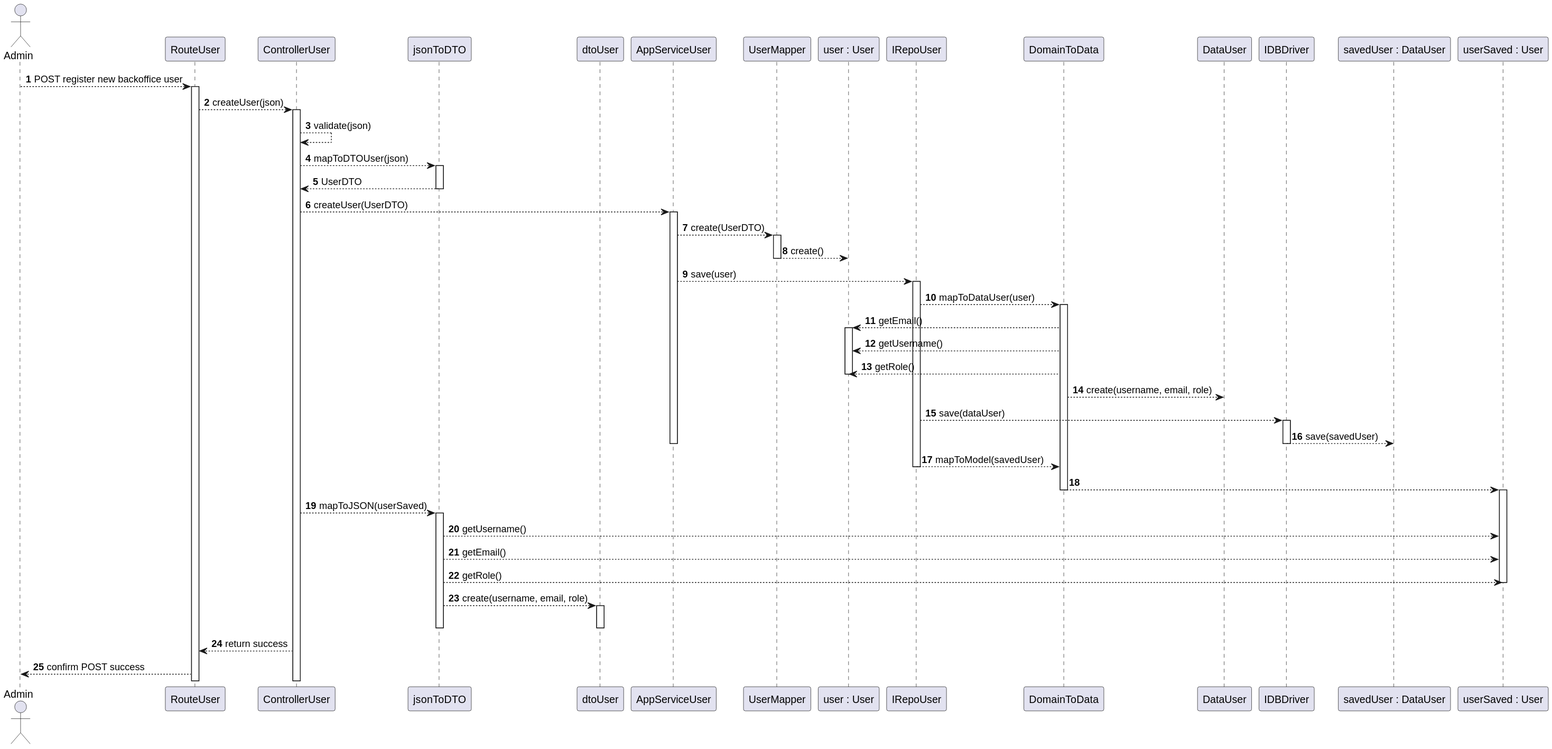
Above: docs/sprint1/Use Cases/US5.1.1/2.Process_Views/US5.1.1-Process_View_Level_3.svg in Departamento-de-Engenharia-Informatica/sem5pi-24-25-3NA_G74 (PlantUML), before the change. Source of this version:
```plantuml
@startuml

autonumber

actor "Admin" as adm

participant RouteUser as rt
participant ControllerUser as ct
participant jsonToDTO as jdto
participant dtoUser as dto
participant AppServiceUser as asu
participant UserMapper as ifu
participant "user : User" as u
participant IRepoUser as iru
participant DomainToData as dtd
participant DataUser as du
participant IDBDriver as dbd
participant "savedUser : DataUser" as sdu
participant "userSaved : User" as us

adm --> rt : POST register new backoffice user
activate rt
rt --> ct : createUser(json)
activate ct
ct --> ct : validate(json)
ct --> jdto : mapToDTOUser(json)
activate jdto
jdto --> ct : UserDTO

deactivate jdto
ct --> asu : createUser(UserDTO)
activate asu
asu --> ifu : create(UserDTO)
activate ifu
ifu --> u : create()
deactivate ifu
asu --> iru : save(user)
activate iru
iru --> dtd : mapToDataUser(user)
activate dtd
dtd --> u : getEmail()
activate u
dtd --> u : getUsername()
dtd --> u : getRole()
deactivate u
dtd --> du : create(username, email, role)
iru --> dbd : save(dataUser)
activate dbd
dbd --> sdu : save(savedUser)
deactivate dbd
deactivate asu
iru --> dtd : mapToModel(savedUser)
deactivate iru
dtd --> us
deactivate dtd
activate us
ct --> jdto : mapToJSON(userSaved)
activate jdto
jdto --> us : getUsername()
jdto --> us : getEmail()
jdto --> us : getRole()
deactivate us
jdto --> dto : create(username, email, role)
activate dto
deactivate jdto
deactivate dto
ct --> rt : return success
rt --> adm : confirm POST success
@enduml
```
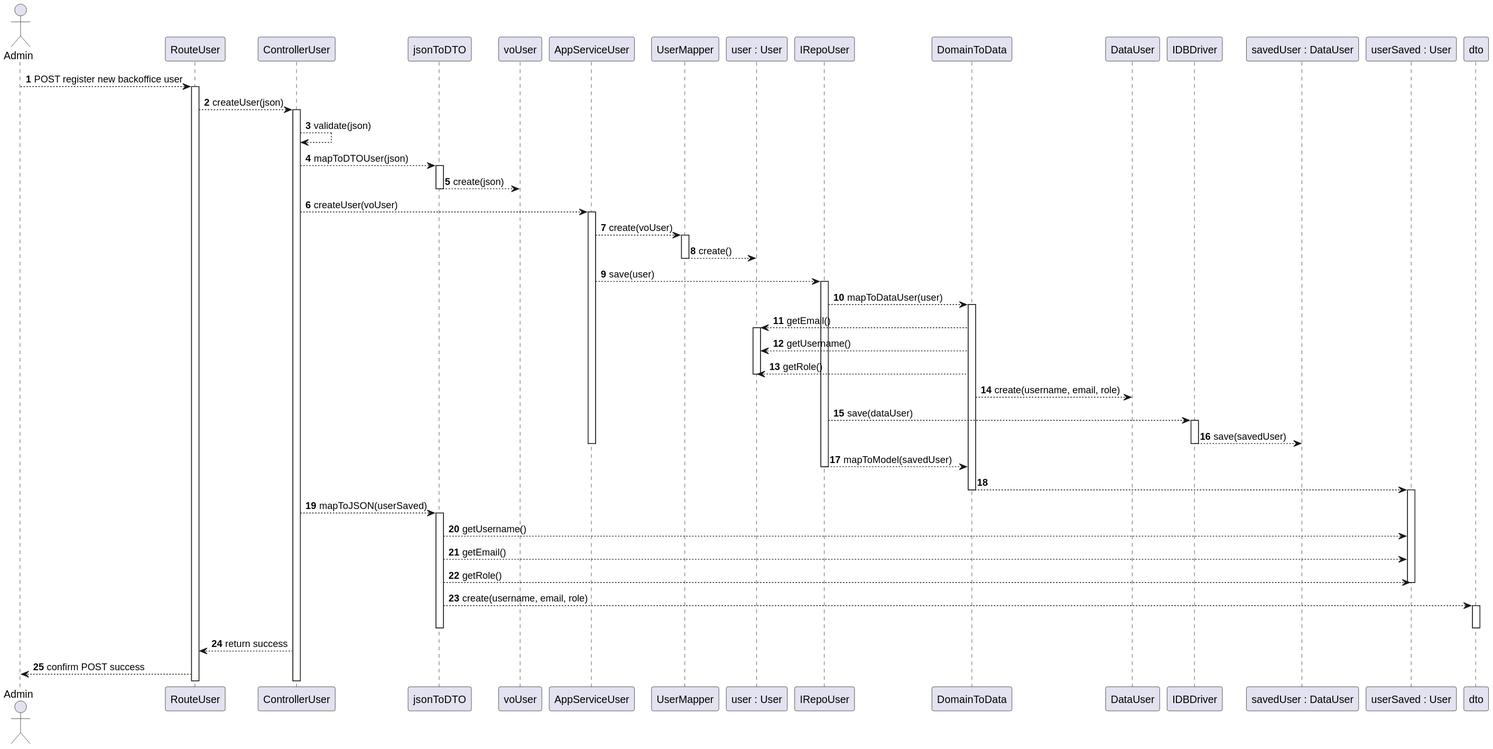
Above is the later version.

Diff of the diagram source:
```diff
@@ -7,7 +7,7 @@
 participant RouteUser as rt
 participant ControllerUser as ct
 participant jsonToDTO as jdto
-participant dtoUser as dto
+participant voUser as vo
 participant AppServiceUser as asu
 participant UserMapper as ifu
 participant "user : User" as u
@@ -25,12 +25,12 @@
 ct --> ct : validate(json)
 ct --> jdto : mapToDTOUser(json)
 activate jdto
-jdto --> ct : UserDTO
+jdto --> vo : create(json)
 
 deactivate jdto
-ct --> asu : createUser(UserDTO)
+ct --> asu : createUser(voUser)
 activate asu
-asu --> ifu : create(UserDTO)
+asu --> ifu : create(voUser)
 activate ifu
 ifu --> u : create()
 deactivate ifu
```
